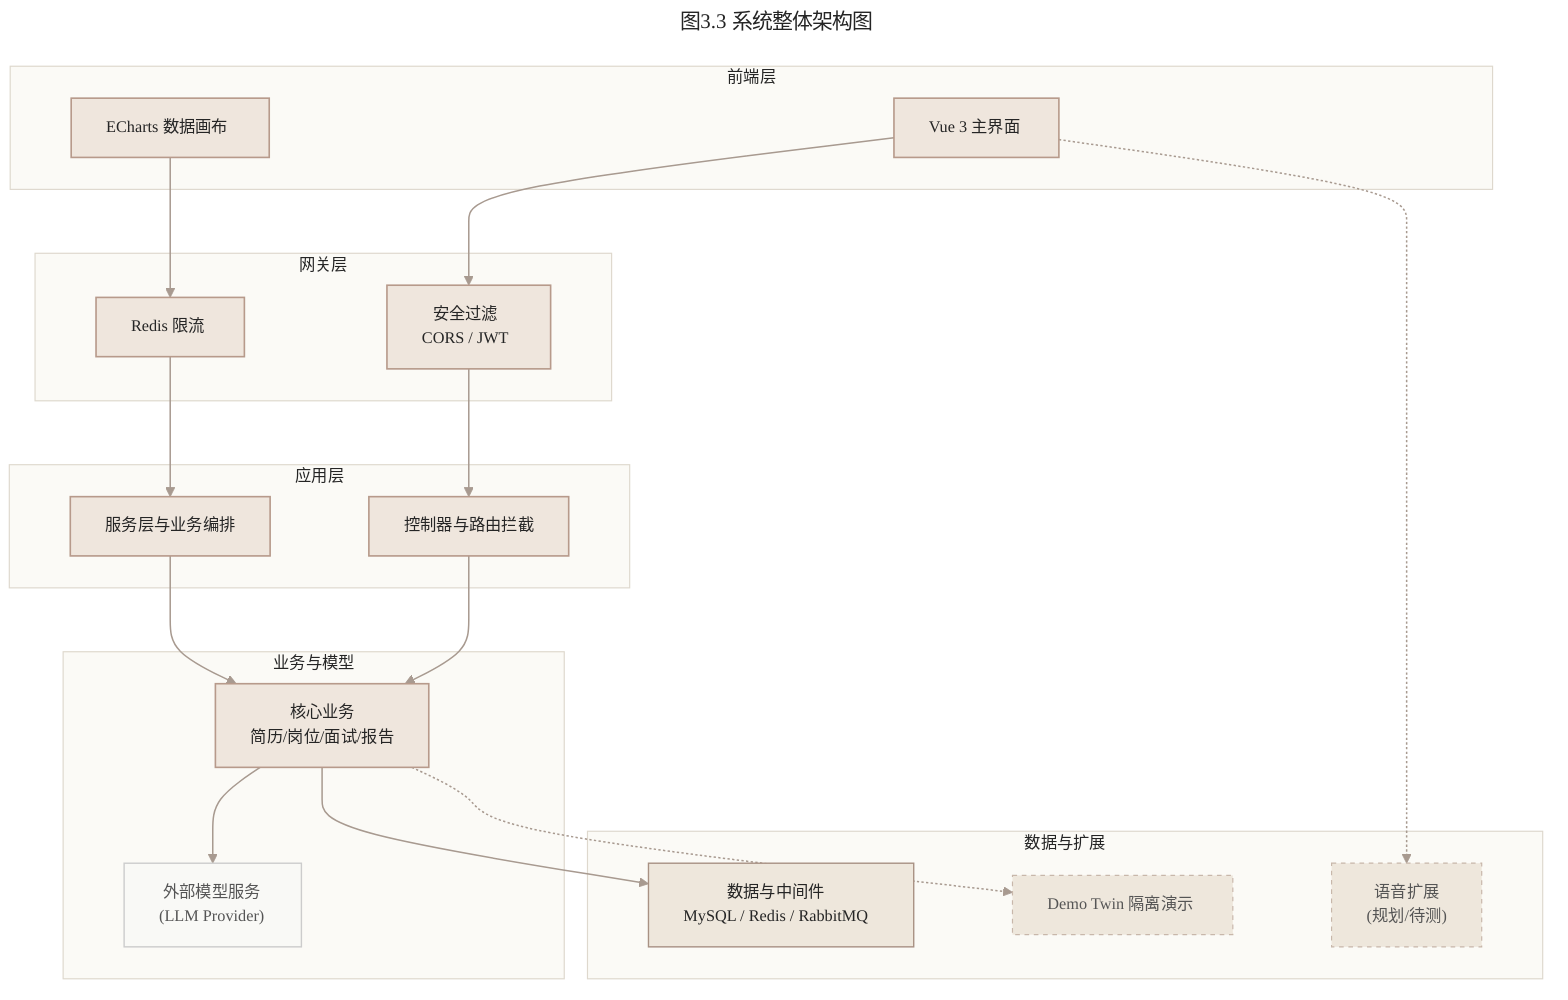
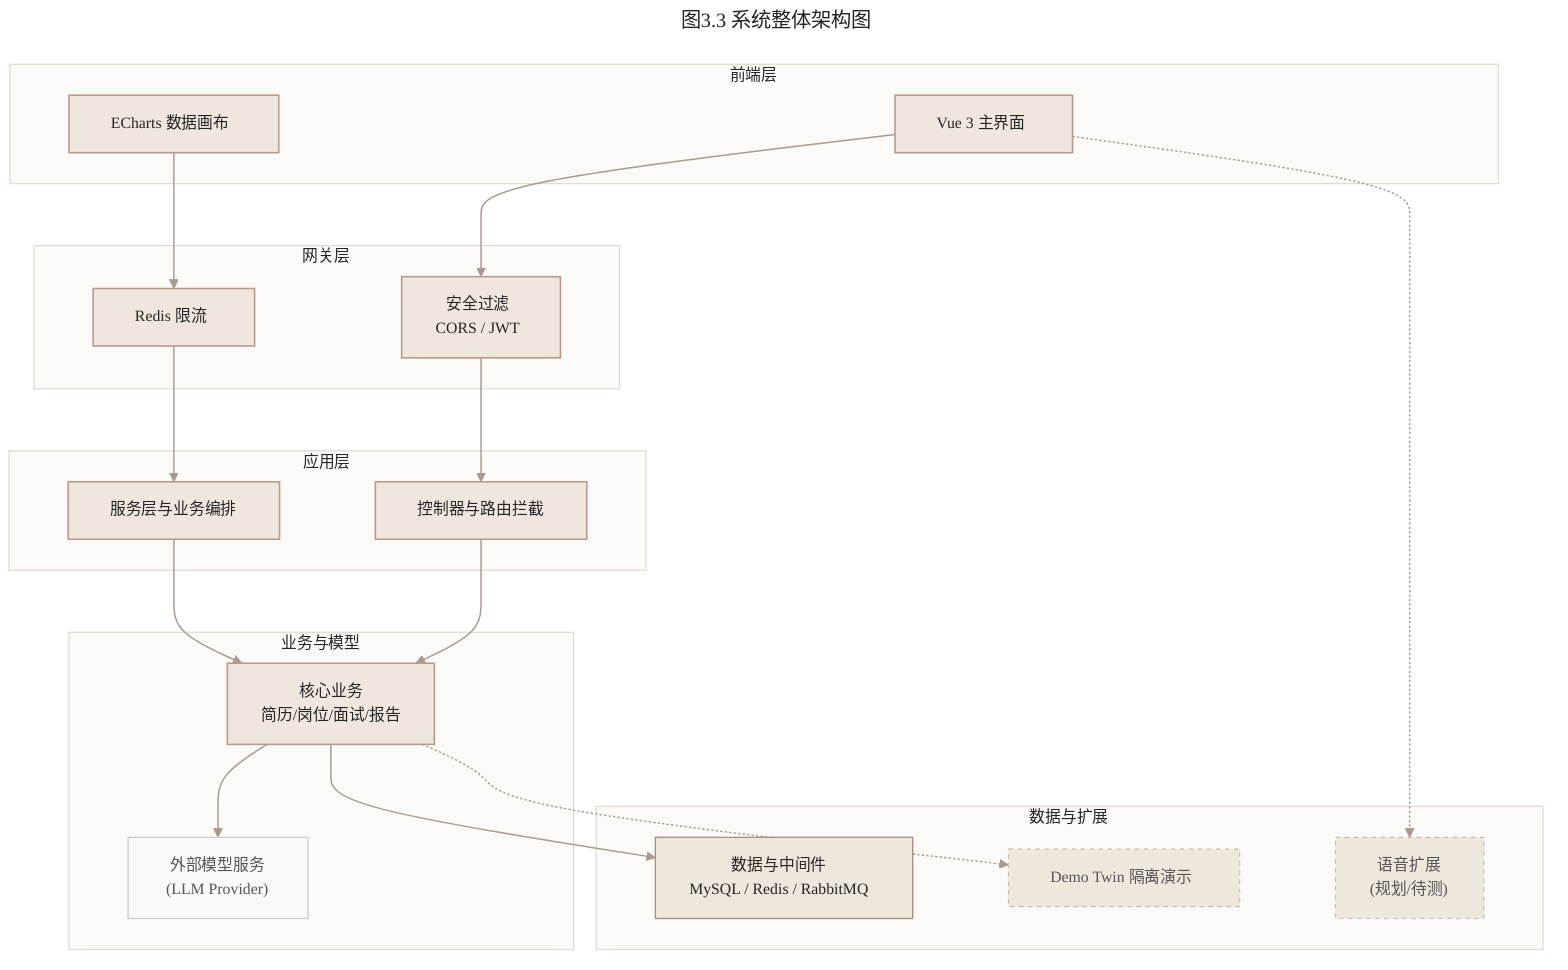
---
title: 图3.3 系统整体架构图
---
%%{init: {
-   'theme': 'base',
-   'themeVariables': {
-     'background': '#FAF8F2',
-     'primaryColor': '#EFE6DD',
-     'primaryBorderColor': '#B79A8B',
-     'primaryTextColor': '#252525',
-     'lineColor': '#A89A90',
-     'secondaryColor': '#F6F0E8',
-     'tertiaryColor': '#FBFAF6',
-     'fontFamily': 'Microsoft YaHei, SimHei, Arial, sans-serif',
-     'fontSize': '14px'
+   "theme": "base",
+   "themeVariables": {
+     "background": "#FAF8F2",
+     "primaryColor": "#EFE6DD",
+     "primaryBorderColor": "#B79A8B",
+     "primaryTextColor": "#252525",
+     "lineColor": "#A89A90",
+     "secondaryColor": "#F6F0E8",
+     "tertiaryColor": "#FBFAF6",
+     "fontFamily": "system-ui, -apple-system, \"Microsoft YaHei\", sans-serif",
+     "fontSize": "14px",
+     "nodePadding": "15px"
  },
-   'flowchart': {
-     'nodeSpacing': 85,
-     'rankSpacing': 55
+   "flowchart": {
+     "nodeSpacing": 85,
+     "rankSpacing": 55
  }
}}%%
flowchart TB
-   subgraph Layer1["前端层"]
-     fe_web["Vue 3 主界面"]
-     fe_charts["ECharts 数据画布"]
+   subgraph Layer1[" &nbsp; 前端层 &nbsp; "]
+     fe_web[" &nbsp; Vue 3 主界面 &nbsp; "]
+     fe_charts[" &nbsp; ECharts 数据画布 &nbsp; "]
  end

-   subgraph Layer2["网关层"]
-     gate_sec["安全过滤<br/>CORS / JWT"]
-     gate_limit["Redis 限流"]
+   subgraph Layer2[" &nbsp; 网关层 &nbsp; "]
+     gate_sec[" &nbsp; 安全过滤 &nbsp; <br/>CORS / JWT "]
+     gate_limit[" &nbsp; Redis 限流 &nbsp; "]
  end

-   subgraph Layer3["应用层"]
-     app_ctrl["控制器与路由拦截"]
-     app_orche["服务层与业务编排"]
+   subgraph Layer3[" &nbsp; 应用层 &nbsp; "]
+     app_ctrl[" &nbsp; 控制器与路由拦截 &nbsp; "]
+     app_orche[" &nbsp; 服务层与业务编排 &nbsp; "]
  end

-   subgraph Layer4["业务与模型"]
-     core["核心业务<br/>简历/岗位/面试/报告"]
-     llm["外部模型服务<br/>(LLM Provider)"]
+   subgraph Layer4[" &nbsp; 业务与模型 &nbsp; "]
+     core[" &nbsp; 核心业务 &nbsp; <br/>简历/岗位/面试/报告 "]
+     llm[" &nbsp; 外部模型服务 &nbsp; <br/>(LLM Provider) "]
  end

-   subgraph Layer5["数据与扩展"]
-     data["数据与中间件<br/>MySQL / Redis / RabbitMQ"]
-     demo["Demo Twin 隔离演示"]
-     voice["语音扩展<br/>(规划/待测)"]
+   subgraph Layer5[" &nbsp; 数据与扩展 &nbsp; "]
+     data[" &nbsp; 数据与中间件 &nbsp; <br/>MySQL / Redis / RabbitMQ "]
+     demo[" &nbsp; Demo Twin 隔离演示 &nbsp; "]
+     voice[" &nbsp; 语音扩展 &nbsp; <br/>(规划/待测) "]
  end

  fe_web --> gate_sec
  fe_charts --> gate_limit

  gate_sec --> app_ctrl
  gate_limit --> app_orche

  app_ctrl --> core
  app_orche --> core

  core --> llm
  core --> data
  core -.-> demo
  fe_web -.-> voice

  classDef layer fill:#FBFAF6,stroke:#DED8CD,color:#252525
  classDef main fill:#EFE6DD,stroke:#B79A8B,stroke-width:1.4px,color:#252525
  classDef store fill:#EEE7DC,stroke:#A89183,stroke-width:1.2px,color:#252525
  classDef ext fill:#F9F9F6,stroke:#CCCCCC,stroke-width:1.2px,color:#555555
  classDef plan fill:#EEE7DC,stroke:#C8B7AA,stroke-dasharray: 4 4,color:#555555

  class Layer1,Layer2,Layer3,Layer4,Layer5 layer
  class fe_web,fe_charts,gate_sec,gate_limit,app_ctrl,app_orche,core main
  class data store
  class llm ext
  class demo,voice plan
  linkStyle default stroke:#A89A90,stroke-width:1.3px
